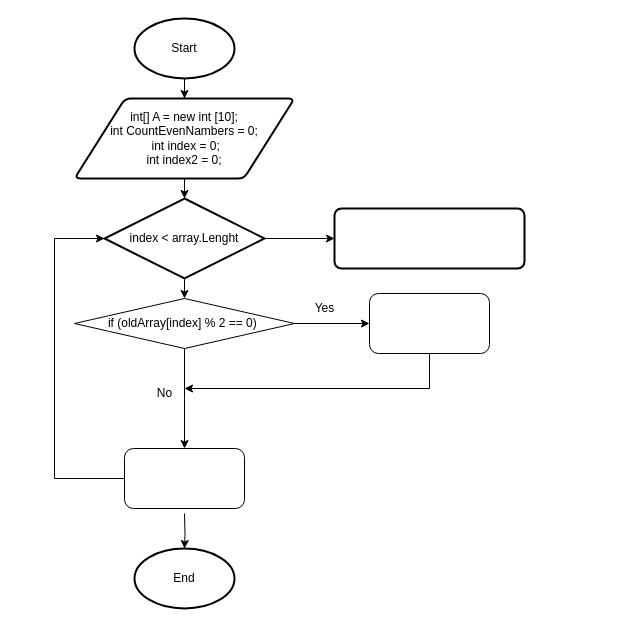
Before: блок-схема.drawio in gribovskiyuriy/itogovoe_zadanie, a draw.io diagram. Source tidied: cells renumbered, new cells numbered last; positions are measured from the earlier drawing's top-left corner, leaving out a move shared by most shapes. Both pictures are drawn from the tidied source at 100%, with x=0, y=0 at pixel (54, 18).
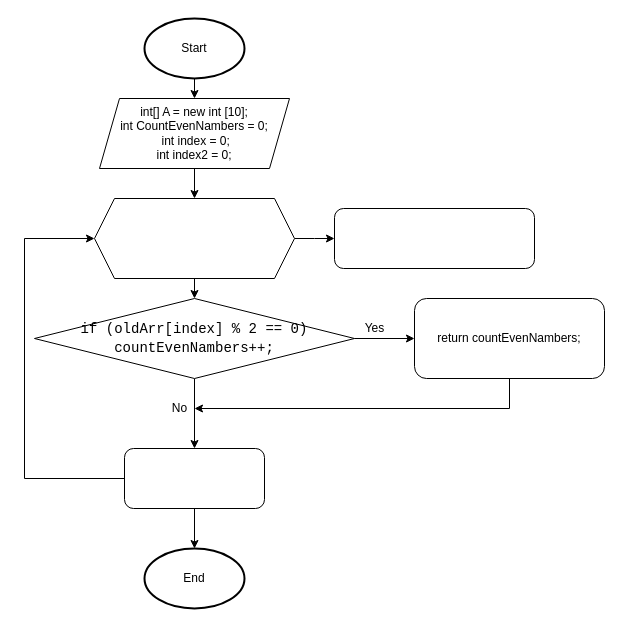
The same diagram, later.

The edit, as a diff of the source:
```diff
@@
-    <mxCell id="2" style="edgeStyle=orthogonalEdgeStyle;rounded=0;jettySize=auto;html=1;" parent="1" edge="1" source="3" target="6">
+    <mxCell id="2" style="edgeStyle=none;html=1;" parent="1" edge="1" source="3" target="6">
       <mxGeometry relative="1" as="geometry" />
     </mxCell>
     <mxCell id="3" value="Start" style="strokeWidth=2;html=1;shape=mxgraph.flowchart.start_1;whiteSpace=wrap;" parent="1" vertex="1">
-      <mxGeometry x="80" width="100" height="60" as="geometry" />
+      <mxGeometry x="90" width="100" height="60" as="geometry" />
     </mxCell>
     <mxCell id="4" value="End" style="strokeWidth=2;html=1;shape=mxgraph.flowchart.start_1;whiteSpace=wrap;" parent="1" vertex="1">
-      <mxGeometry x="80" y="530" width="100" height="60" as="geometry" />
+      <mxGeometry x="90" y="530" width="100" height="60" as="geometry" />
     </mxCell>
-    <mxCell id="5" style="edgeStyle=orthogonalEdgeStyle;rounded=0;jettySize=auto;html=1;" parent="1" edge="1" source="6" target="9">
-      <mxGeometry relative="1" as="geometry" />
-    </mxCell>
-    <mxCell id="6" value="int[] A = new int [10];&lt;br&gt;int CountEvenNambers = 0;&lt;br&gt;&amp;nbsp;int index = 0;&lt;br&gt;int index2 = 0;" style="shape=parallelogram;html=1;strokeWidth=2;perimeter=parallelogramPerimeter;whiteSpace=wrap;rounded=1;arcSize=12;size=0.23;" parent="1" vertex="1">
-      <mxGeometry x="20" y="80" width="220" height="80" as="geometry" />
-    </mxCell>
-    <mxCell id="7" style="edgeStyle=orthogonalEdgeStyle;rounded=0;jettySize=auto;html=1;" parent="1" edge="1" source="9" target="10">
-      <mxGeometry relative="1" as="geometry" />
+    <mxCell id="7" style="edgeStyle=orthogonalEdgeStyle;rounded=0;jettySize=auto;html=1;exitX=1;exitY=0.5;exitDx=0;exitDy=0;" parent="1" edge="1" source="22">
+      <mxGeometry relative="1" as="geometry">
+        <mxPoint x="280" y="220" as="targetPoint" />
+      </mxGeometry>
     </mxCell>
-    <mxCell id="8" style="edgeStyle=orthogonalEdgeStyle;rounded=0;jettySize=auto;html=1;exitX=0.5;exitY=1;exitDx=0;exitDy=0;exitPerimeter=0;entryX=0.5;entryY=0;entryDx=0;entryDy=0;" parent="1" edge="1" source="9" target="14">
-      <mxGeometry relative="1" as="geometry" />
-    </mxCell>
-    <mxCell id="9" value="index &amp;lt; array.Lenght" style="strokeWidth=2;html=1;shape=mxgraph.flowchart.decision;whiteSpace=wrap;labelBackgroundColor=default;" parent="1" vertex="1">
-      <mxGeometry x="50" y="180" width="160" height="80" as="geometry" />
-    </mxCell>
-    <mxCell id="10" style="rounded=1;whiteSpace=wrap;html=1;absoluteArcSize=1;arcSize=14;strokeWidth=2;fontStyle=0;" parent="1" vertex="1">
-      <mxGeometry x="280" y="190" width="190" height="60" as="geometry" />
-    </mxCell>
-    <mxCell id="11" style="edgeStyle=orthogonalEdgeStyle;rounded=0;jettySize=auto;html=1;" parent="1" edge="1" target="4">
-      <mxGeometry relative="1" as="geometry">
-        <mxPoint x="130" y="495" as="sourcePoint" />
-      </mxGeometry>
-    </mxCell>
-    <mxCell id="12" style="edgeStyle=orthogonalEdgeStyle;rounded=0;jettySize=auto;html=1;exitX=0.5;exitY=1;exitDx=0;exitDy=0;" parent="1" edge="1" source="14">
-      <mxGeometry relative="1" as="geometry">
-        <mxPoint x="130" y="430" as="targetPoint" />
-      </mxGeometry>
-    </mxCell>
-    <mxCell id="13" style="edgeStyle=orthogonalEdgeStyle;rounded=0;jettySize=auto;html=1;exitX=1;exitY=0.5;exitDx=0;exitDy=0;entryX=0;entryY=0.5;entryDx=0;entryDy=0;" parent="1" edge="1" source="14" target="16">
-      <mxGeometry relative="1" as="geometry" />
-    </mxCell>
-    <mxCell id="14" value="if (oldArray[index] % 2 == 0)&amp;nbsp;" style="rhombus;whiteSpace=wrap;html=1;labelBackgroundColor=#FFFFFF;fillColor=#FFFFFF;fontStyle=0;" parent="1" vertex="1">
-      <mxGeometry x="20" y="280" width="220" height="50" as="geometry" />
-    </mxCell>
-    <mxCell id="15" style="edgeStyle=orthogonalEdgeStyle;rounded=0;jettySize=auto;html=1;" parent="1" edge="1" source="16">
-      <mxGeometry relative="1" as="geometry">
-        <mxPoint x="130" y="370" as="targetPoint" />
-        <Array as="points">
-          <mxPoint x="375" y="370" />
-          <mxPoint x="130" y="370" />
-        </Array>
-      </mxGeometry>
-    </mxCell>
-    <mxCell id="16" style="rounded=1;whiteSpace=wrap;html=1;labelBackgroundColor=#FFFFFF;fillColor=#FFFFFF;" parent="1" vertex="1">
-      <mxGeometry x="315" y="275" width="120" height="60" as="geometry" />
-    </mxCell>
     <mxCell id="17" value="No" style="text;html=1;align=center;verticalAlign=middle;strokeColor=none;fillColor=none;" parent="1" vertex="1">
-      <mxGeometry x="95" y="365" width="30" height="20" as="geometry" />
+      <mxGeometry x="110" y="380" width="30" height="20" as="geometry" />
     </mxCell>
     <mxCell id="18" value="Yes" style="text;html=1;align=center;verticalAlign=middle;strokeColor=none;fillColor=none;" parent="1" vertex="1">
-      <mxGeometry x="250" y="280" width="40" height="20" as="geometry" />
+      <mxGeometry x="300" y="300" width="40" height="20" as="geometry" />
     </mxCell>
-    <mxCell id="19" style="edgeStyle=orthogonalEdgeStyle;rounded=0;jettySize=auto;html=1;entryX=0;entryY=0.5;entryDx=0;entryDy=0;entryPerimeter=0;" parent="1" edge="1" source="20" target="9">
+    <mxCell id="19" style="edgeStyle=orthogonalEdgeStyle;rounded=0;jettySize=auto;html=1;entryX=0;entryY=0.5;entryDx=0;entryDy=0;" parent="1" edge="1" target="22">
       <mxGeometry relative="1" as="geometry">
+        <mxPoint x="70" y="460" as="sourcePoint" />
         <Array as="points">
-          <mxPoint y="460" />
-          <mxPoint y="220" />
+          <mxPoint x="-30" y="460" />
+          <mxPoint x="-30" y="220" />
         </Array>
       </mxGeometry>
     </mxCell>
-    <mxCell id="20" style="rounded=1;whiteSpace=wrap;html=1;labelBackgroundColor=#FFFFFF;fillColor=#FFFFFF;" parent="1" vertex="1">
-      <mxGeometry x="70" y="430" width="120" height="60" as="geometry" />
-    </mxCell>
+    <mxCell id="21" style="edgeStyle=none;html=1;" parent="1" edge="1" source="22" target="27">
+      <mxGeometry relative="1" as="geometry" />
+    </mxCell>
+    <mxCell id="22" style="shape=hexagon;perimeter=hexagonPerimeter2;whiteSpace=wrap;html=1;fixedSize=1;" parent="1" vertex="1">
+      <mxGeometry x="40" y="180" width="200" height="80" as="geometry" />
+    </mxCell>
+    <mxCell id="23" style="rounded=1;whiteSpace=wrap;html=1;" parent="1" vertex="1">
+      <mxGeometry x="280" y="190" width="200" height="60" as="geometry" />
+    </mxCell>
+    <mxCell id="24" style="edgeStyle=none;html=1;" parent="1" edge="1" source="6" target="22">
+      <mxGeometry relative="1" as="geometry" />
+    </mxCell>
+    <mxCell id="6" value="&lt;span&gt;int[] A = new int [10];&lt;/span&gt;&lt;br&gt;&lt;span&gt;int CountEvenNambers = 0;&lt;/span&gt;&lt;br&gt;&lt;span&gt;&amp;nbsp;int index = 0;&lt;/span&gt;&lt;br&gt;&lt;span&gt;int index2 = 0;&lt;/span&gt;" style="shape=parallelogram;perimeter=parallelogramPerimeter;whiteSpace=wrap;html=1;fixedSize=1;" parent="1" vertex="1">
+      <mxGeometry x="45" y="80" width="190" height="70" as="geometry" />
+    </mxCell>
+    <mxCell id="25" style="edgeStyle=none;html=1;" parent="1" edge="1" source="27" target="30">
+      <mxGeometry relative="1" as="geometry" />
+    </mxCell>
+    <mxCell id="26" style="edgeStyle=none;html=1;entryX=0;entryY=0.5;entryDx=0;entryDy=0;exitX=1;exitY=0.5;exitDx=0;exitDy=0;" parent="1" edge="1" source="27" target="28">
+      <mxGeometry relative="1" as="geometry" />
+    </mxCell>
+    <mxCell id="27" value="&lt;div style=&quot;font-family: &amp;#34;consolas&amp;#34; , &amp;#34;courier new&amp;#34; , monospace ; font-size: 14px ; line-height: 19px&quot;&gt;if (oldArr[index] % 2 == 0)&lt;/div&gt;&lt;div style=&quot;font-family: &amp;#34;consolas&amp;#34; , &amp;#34;courier new&amp;#34; , monospace ; font-size: 14px ; line-height: 19px&quot;&gt;countEvenNambers++;&lt;/div&gt;" style="rhombus;whiteSpace=wrap;html=1;" parent="1" vertex="1">
+      <mxGeometry x="-20" y="280" width="320" height="80" as="geometry" />
+    </mxCell>
+    <mxCell id="28" value="return countEvenNambers;" style="rounded=1;whiteSpace=wrap;html=1;" parent="1" vertex="1">
+      <mxGeometry x="360" y="280" width="190" height="80" as="geometry" />
+    </mxCell>
+    <mxCell id="29" style="edgeStyle=none;html=1;" parent="1" edge="1" source="30" target="4">
+      <mxGeometry relative="1" as="geometry" />
+    </mxCell>
+    <mxCell id="30" style="rounded=1;whiteSpace=wrap;html=1;" parent="1" vertex="1">
+      <mxGeometry x="70" y="430" width="140" height="60" as="geometry" />
+    </mxCell>
+    <mxCell id="31" style="edgeStyle=orthogonalEdgeStyle;rounded=0;jettySize=auto;html=1;exitX=0.5;exitY=1;exitDx=0;exitDy=0;" parent="1" edge="1" source="28">
+      <mxGeometry relative="1" as="geometry">
+        <mxPoint x="140" y="390" as="targetPoint" />
+        <Array as="points">
+          <mxPoint x="455" y="390" />
+        </Array>
+      </mxGeometry>
+    </mxCell>
```
